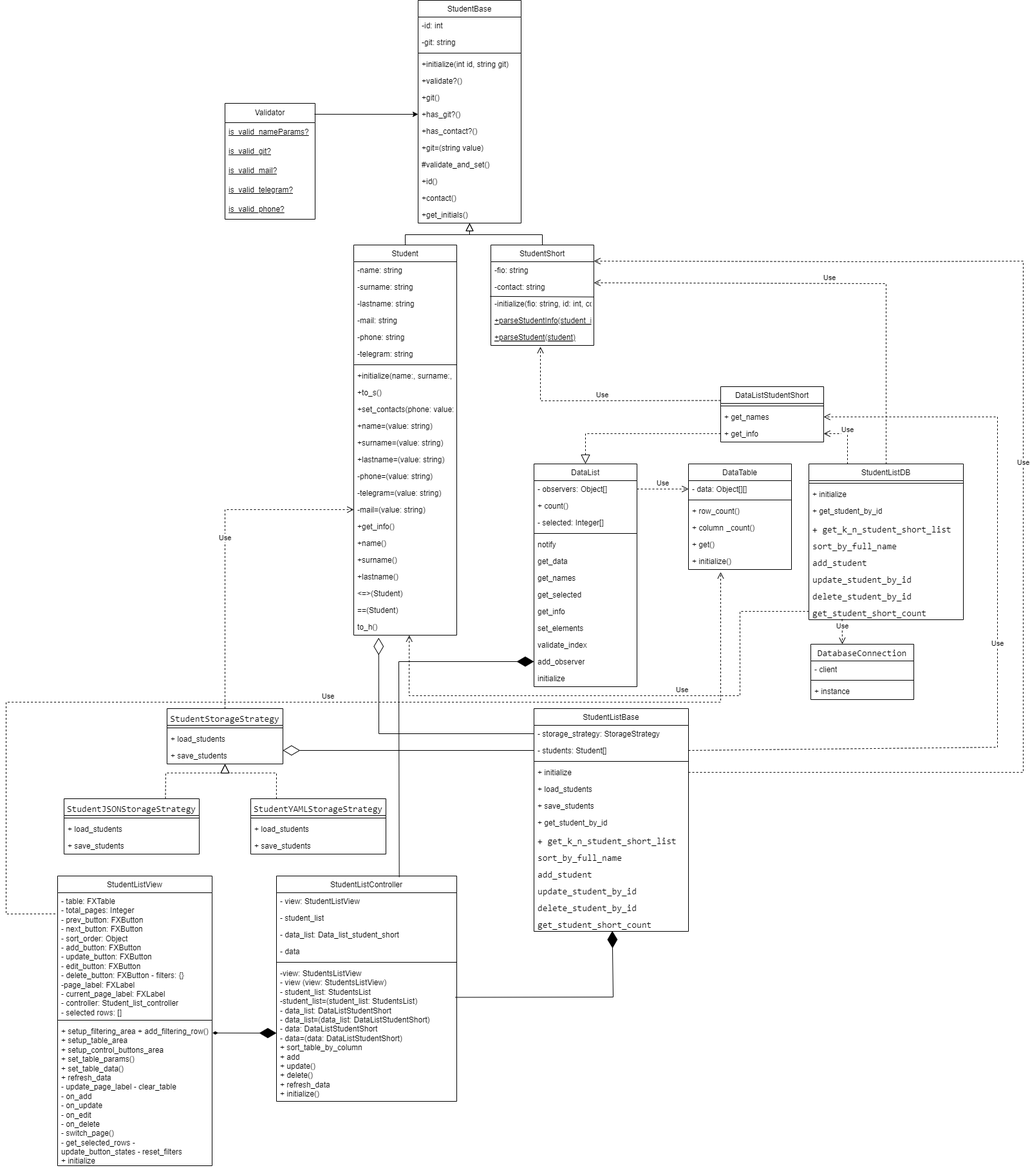
Above: classDiagrammMVC.drawio.png in MxVndI/Design-Patterns (draw.io), before the change. Source tidied: cells renumbered, new cells last; positions are measured from the earlier drawing's top-left corner, leaving out a move shared by most shapes.
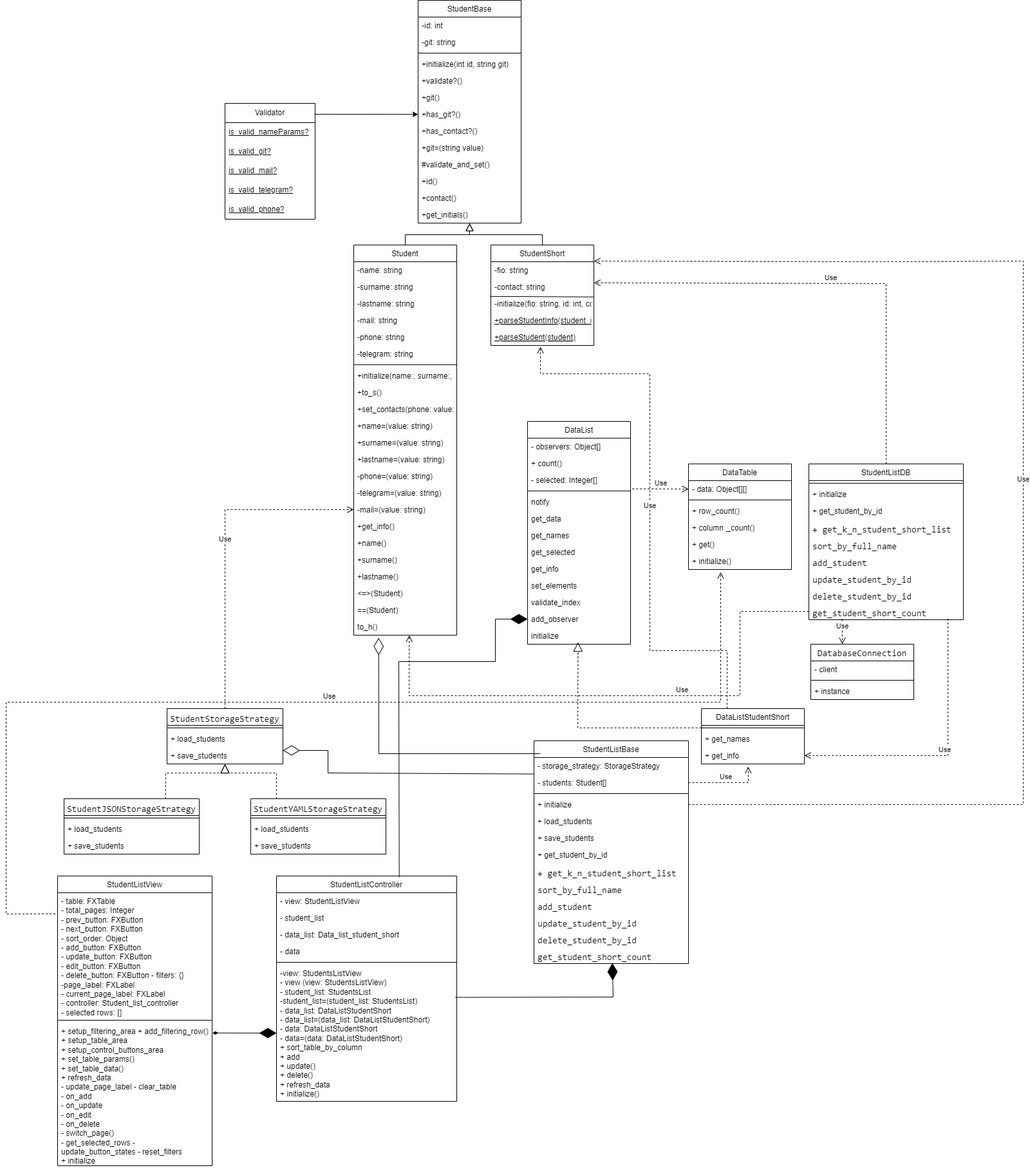
Later version of the same file.

Commit message:
update diagramm lab5 task 1

Change to the diagram source:
```diff
@@ -186,7 +186,7 @@
       <mxGeometry y="138" width="160" height="26" as="geometry" />
     </mxCell>
     <mxCell id="63" value="&lt;span style=&quot;font-weight: 400;&quot;&gt;DataList&lt;/span&gt;" style="swimlane;fontStyle=1;align=center;verticalAlign=top;horizontal=1;startSize=26;whiteSpace=wrap;html=1;" parent="1" vertex="1">
-      <mxGeometry x="820" y="720" width="160" height="346" as="geometry" />
+      <mxGeometry x="810" y="654" width="160" height="346" as="geometry" />
     </mxCell>
     <mxCell id="64" value="- observers: Object[]&lt;div&gt;&lt;br&gt;&lt;/div&gt;" style="text;strokeColor=none;fillColor=none;align=left;verticalAlign=top;spacingLeft=4;spacingRight=4;overflow=hidden;points=[[0,0.5],[1,0.5]];portConstraint=eastwest;whiteSpace=wrap;html=1;" parent="63" vertex="1">
       <mxGeometry y="26" width="160" height="26" as="geometry" />
@@ -228,7 +228,7 @@
       <mxGeometry y="320" width="160" height="26" as="geometry" />
     </mxCell>
     <mxCell id="77" value="&lt;span style=&quot;font-weight: 400;&quot;&gt;DataListStudentShort&lt;/span&gt;" style="swimlane;fontStyle=1;align=center;verticalAlign=top;horizontal=1;startSize=26;whiteSpace=wrap;html=1;" parent="1" vertex="1">
-      <mxGeometry x="1110" y="600" width="160" height="86" as="geometry" />
+      <mxGeometry x="1080" y="1100" width="160" height="86" as="geometry" />
     </mxCell>
     <mxCell id="78" style="line;strokeWidth=1;fillColor=none;align=left;verticalAlign=middle;spacingTop=-1;spacingLeft=3;spacingRight=3;labelPosition=right;strokeColor=inherit;" parent="77" vertex="1">
       <mxGeometry y="26" width="160" height="8" as="geometry" />
@@ -240,7 +240,7 @@
       <mxGeometry y="60" width="160" height="26" as="geometry" />
     </mxCell>
     <mxCell id="81" value="&lt;span style=&quot;font-weight: 400;&quot;&gt;StudentListBase&lt;/span&gt;" style="swimlane;fontStyle=1;align=center;verticalAlign=top;horizontal=1;startSize=26;whiteSpace=wrap;html=1;" parent="1" vertex="1">
-      <mxGeometry x="820" y="1100" width="240" height="346" as="geometry" />
+      <mxGeometry x="820" y="1150" width="240" height="346" as="geometry" />
     </mxCell>
     <mxCell id="82" value="- storage_strategy: StorageStrategy" style="text;strokeColor=none;fillColor=none;align=left;verticalAlign=top;spacingLeft=4;spacingRight=4;overflow=hidden;points=[[0,0.5],[1,0.5]];portConstraint=eastwest;whiteSpace=wrap;html=1;" parent="81" vertex="1">
       <mxGeometry y="26" width="240" height="26" as="geometry" />
@@ -392,28 +392,32 @@
     <mxCell id="131" value="&lt;div&gt;+ instance&lt;div&gt;&lt;br&gt;&lt;/div&gt;&lt;/div&gt;" style="text;strokeColor=none;fillColor=none;align=left;verticalAlign=top;spacingLeft=4;spacingRight=4;overflow=hidden;whiteSpace=wrap;html=1;" parent="128" vertex="1">
       <mxGeometry y="60" width="160" height="26" as="geometry" />
     </mxCell>
-    <mxCell id="132" value="Use" style="html=1;verticalAlign=bottom;endArrow=open;dashed=1;endSize=8;curved=0;rounded=0;exitX=0;exitY=0.25;exitDx=0;exitDy=0;" parent="1" edge="1" source="77">
+    <mxCell id="132" value="Use" style="html=1;verticalAlign=bottom;endArrow=open;dashed=1;endSize=8;curved=0;rounded=0;exitX=0.25;exitY=0;exitDx=0;exitDy=0;" parent="1" edge="1" source="77">
       <mxGeometry relative="1" as="geometry">
         <mxPoint x="830" y="538" as="targetPoint" />
         <Array as="points">
-          <mxPoint x="830" y="622" />
+          <mxPoint x="1120" y="1010" />
+          <mxPoint x="1000" y="1010" />
+          <mxPoint x="1000" y="580" />
+          <mxPoint x="830" y="580" />
         </Array>
       </mxGeometry>
     </mxCell>
-    <mxCell id="133" style="endArrow=block;dashed=1;endFill=0;endSize=12;html=1;rounded=0;exitX=0;exitY=0.5;exitDx=0;exitDy=0;entryX=0.5;entryY=0;entryDx=0;entryDy=0;" parent="1" edge="1" source="80" target="63">
+    <mxCell id="133" style="endArrow=block;dashed=1;endFill=0;endSize=12;html=1;rounded=0;entryX=0.49;entryY=0.885;entryDx=0;entryDy=0;entryPerimeter=0;" parent="1" edge="1" target="76">
       <mxGeometry relative="1" as="geometry">
+        <mxPoint x="1080" y="1130" as="sourcePoint" />
         <Array as="points">
-          <mxPoint x="900" y="673" />
+          <mxPoint x="888" y="1130" />
         </Array>
       </mxGeometry>
     </mxCell>
-    <mxCell id="134" value="Use" style="html=1;verticalAlign=bottom;endArrow=open;dashed=1;endSize=8;curved=0;rounded=0;exitX=1;exitY=0.5;exitDx=0;exitDy=0;entryX=0;entryY=0.5;entryDx=0;entryDy=0;" parent="1" edge="1" source="64" target="57">
+    <mxCell id="134" value="Use" style="html=1;verticalAlign=bottom;endArrow=open;dashed=1;endSize=8;curved=0;rounded=0;exitX=1.017;exitY=1.027;exitDx=0;exitDy=0;entryX=0;entryY=0.5;entryDx=0;entryDy=0;exitPerimeter=0;" parent="1" edge="1" source="66" target="57">
       <mxGeometry relative="1" as="geometry" />
     </mxCell>
-    <mxCell id="135" value="Use" style="html=1;verticalAlign=bottom;endArrow=open;dashed=1;endSize=8;curved=0;rounded=0;exitX=0.25;exitY=0;exitDx=0;exitDy=0;entryX=1;entryY=0.5;entryDx=0;entryDy=0;" parent="1" edge="1" source="118" target="80">
+    <mxCell id="135" value="Use" style="html=1;verticalAlign=bottom;endArrow=open;dashed=1;endSize=8;curved=0;rounded=0;exitX=0.9;exitY=0.939;exitDx=0;exitDy=0;entryX=1;entryY=0.5;entryDx=0;entryDy=0;exitPerimeter=0;" parent="1" edge="1" source="127" target="80">
       <mxGeometry relative="1" as="geometry">
         <Array as="points">
-          <mxPoint x="1307" y="673" />
+          <mxPoint x="1463" y="1173" />
         </Array>
       </mxGeometry>
     </mxCell>
@@ -429,12 +433,10 @@
         </Array>
       </mxGeometry>
     </mxCell>
-    <mxCell id="138" value="Use" style="html=1;verticalAlign=bottom;endArrow=open;dashed=1;endSize=8;curved=0;rounded=0;exitX=1;exitY=0.5;exitDx=0;exitDy=0;entryX=1;entryY=0.5;entryDx=0;entryDy=0;" parent="1" edge="1" source="83" target="79">
+    <mxCell id="138" value="Use" style="html=1;verticalAlign=bottom;endArrow=open;dashed=1;endSize=8;curved=0;rounded=0;exitX=1;exitY=0.5;exitDx=0;exitDy=0;entryX=0.454;entryY=1.159;entryDx=0;entryDy=0;entryPerimeter=0;" parent="1" edge="1" source="83" target="80">
       <mxGeometry relative="1" as="geometry">
         <Array as="points">
-          <mxPoint x="1540" y="1160" />
-          <mxPoint x="1540" y="647" />
-          <mxPoint x="1340" y="647" />
+          <mxPoint x="1153" y="1215" />
         </Array>
       </mxGeometry>
     </mxCell>
@@ -442,7 +444,7 @@
       <mxGeometry relative="1" as="geometry">
         <mxPoint x="913" y="405" as="targetPoint" />
         <Array as="points">
-          <mxPoint x="1580" y="1199" />
+          <mxPoint x="1580" y="1249" />
           <mxPoint x="1580" y="405" />
           <mxPoint x="1367" y="406" />
         </Array>
@@ -469,11 +471,18 @@
       <mxGeometry relative="1" as="geometry">
         <Array as="points">
           <mxPoint x="610" y="1027" />
+          <mxPoint x="760" y="1027" />
+          <mxPoint x="760" y="961" />
         </Array>
       </mxGeometry>
     </mxCell>
-    <mxCell id="143" style="endArrow=diamondThin;endFill=0;endSize=24;html=1;rounded=0;exitX=0;exitY=0.5;exitDx=0;exitDy=0;entryX=0.999;entryY=0.192;entryDx=0;entryDy=0;entryPerimeter=0;" parent="1" edge="1" source="83" target="98">
-      <mxGeometry relative="1" as="geometry" />
+    <mxCell id="143" style="endArrow=diamondThin;endFill=0;endSize=24;html=1;rounded=0;exitX=-0.001;exitY=0.984;exitDx=0;exitDy=0;entryX=0.999;entryY=0.192;entryDx=0;entryDy=0;entryPerimeter=0;exitPerimeter=0;" parent="1" edge="1" source="82" target="98">
+      <mxGeometry relative="1" as="geometry">
+        <Array as="points">
+          <mxPoint x="500" y="1200" />
+          <mxPoint x="500" y="1165" />
+        </Array>
+      </mxGeometry>
     </mxCell>
     <mxCell id="144" style="endArrow=block;dashed=1;endFill=0;endSize=12;html=1;rounded=0;exitX=0.75;exitY=0;exitDx=0;exitDy=0;" parent="1" edge="1" source="99">
       <mxGeometry relative="1" as="geometry">
@@ -500,10 +509,11 @@
         </Array>
       </mxGeometry>
     </mxCell>
-    <mxCell id="147" style="endArrow=diamondThin;endFill=0;endSize=24;html=1;rounded=0;exitX=0;exitY=0.5;exitDx=0;exitDy=0;entryX=0.242;entryY=1.154;entryDx=0;entryDy=0;entryPerimeter=0;" parent="1" edge="1" source="82" target="39">
+    <mxCell id="147" style="endArrow=diamondThin;endFill=0;endSize=24;html=1;rounded=0;entryX=0.242;entryY=1.154;entryDx=0;entryDy=0;entryPerimeter=0;" parent="1" edge="1" target="39">
       <mxGeometry relative="1" as="geometry">
+        <mxPoint x="830" y="1170" as="sourcePoint" />
         <Array as="points">
-          <mxPoint x="579" y="1139" />
+          <mxPoint x="579" y="1170" />
         </Array>
       </mxGeometry>
     </mxCell>
```
